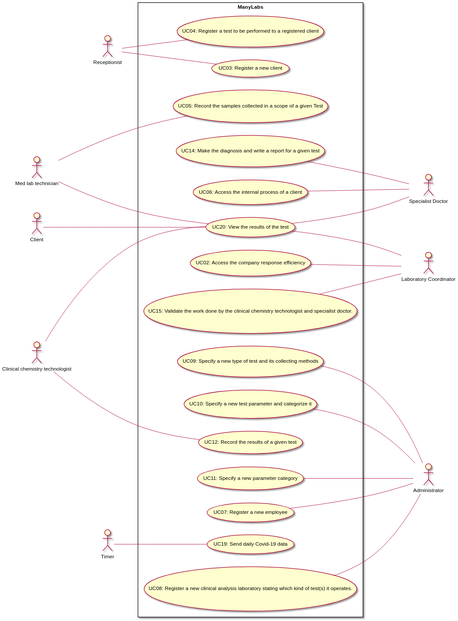
This is docs/SprintD/UCD/UCD.svg from manu-07-ela/LAPR2_ISEP, a PlantUML export, as it was before one commit.
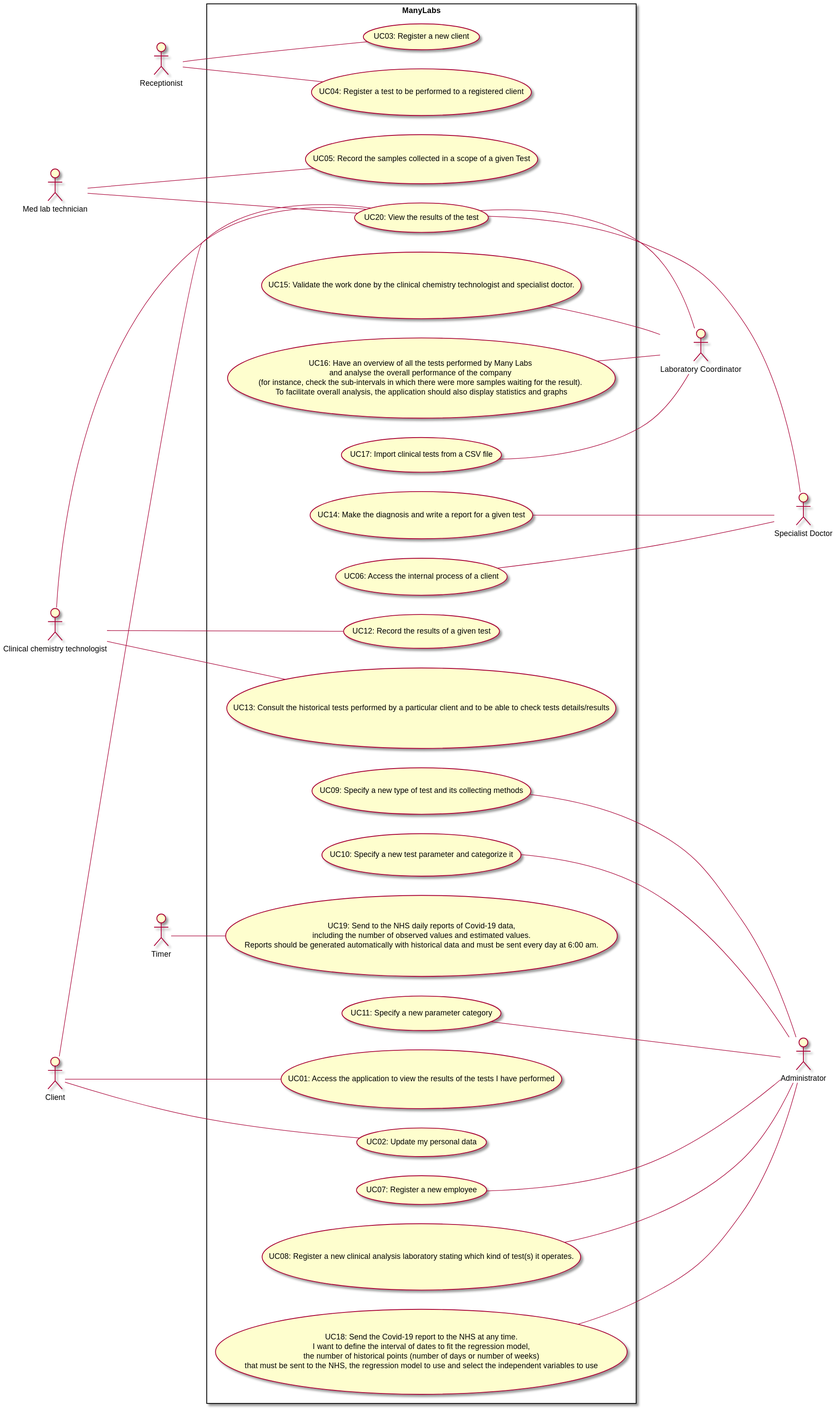
The same file after the commit.

Diff of the diagram source:
```diff
@@ -20,33 +20,45 @@
 usecase "UC10: Specify a new test parameter and categorize it" as UC10
 usecase "UC11: Specify a new parameter category" as UC11
 usecase "UC06: Access the internal process of a client" as UC06
-usecase "UC02: Access the company response efficiency" as UC02
+usecase "UC02: Update my personal data" as UC02
 usecase "UC05: Record the samples collected in a scope of a given Test" as UC05
-usecase "UC19: Send daily Covid-19 data" as UC19
+usecase "UC19: Send to the NHS daily reports of Covid-19 data,\nincluding the number of observed values and estimated values.\nReports should be generated automatically with historical data and must be sent every day at 6:00 am." as UC19
 usecase "UC07: Register a new employee" as UC07
 usecase "UC08: Register a new clinical analysis laboratory stating which kind of test(s) it operates." as UC08
 usecase "UC12: Record the results of a given test" as UC12
 usecase "UC15: Validate the work done by the clinical chemistry technologist and specialist doctor." as UC15
+usecase "UC01: Access the application to view the results of the tests I have performed" as UC01
+usecase "UC13: Consult the historical tests performed by a particular client and to be able to check tests details/results" as UC13
+usecase "UC16: Have an overview of all the tests performed by Many Labs \nand analyse the overall performance of the company \n(for instance, check the sub-intervals in which there were more samples waiting for the result). \nTo facilitate overall analysis, the application should also display statistics and graphs" as UC16
+usecase "UC17: Import clinical tests from a CSV file" as UC17
+usecase "UC18: Send the Covid-19 report to the NHS at any time.\nI want to define the interval of dates to fit the regression model,\nthe number of historical points (number of days or number of weeks)\nthat must be sent to the NHS, the regression model to use and select the independent variables to use" as UC18
 }
 
 Recp -- UC03
 Recp -- UC04
 Client --- UC20
+Client -- UC01
+Client -- UC02
 UC14 -- Doc
 MedLab --- UC20
 ClinTec -- UC12
 ClinTec --- UC20
+ClinTec -- UC13
 UC07 --- Adm
 UC08 --- Adm
 UC09 --- Adm
 UC11 --- Adm
 UC10 --- Adm
+UC18 -- Adm
 UC05 --- MedLab
 UC06 --- Doc
 UC20 --- Doc
-UC02 --- LabCod
 UC20 -- LabCod
 UC15 -- LabCod
+UC16 -- LabCod
+UC17 -- LabCod
+
+
 Timer -- UC19
 
 
```
